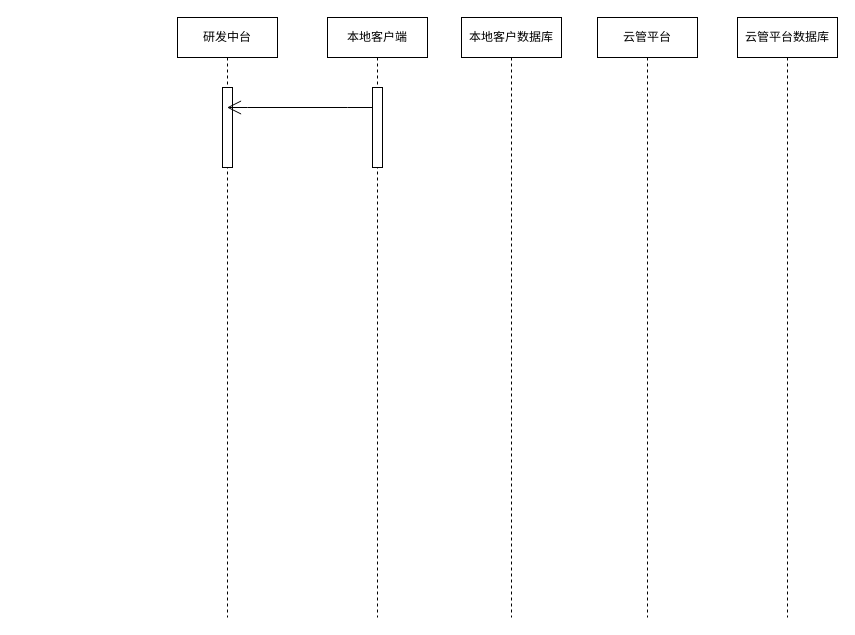
Before: Untitled Diagram.drawio in Snuger/draw, a draw.io diagram. Source tidied: cells renumbered, new cells numbered last; positions are measured from the earlier drawing's top-left corner, leaving out a move shared by most shapes. Both pictures are drawn from the tidied source at 100%, with x=0, y=0 at pixel (177, 17).
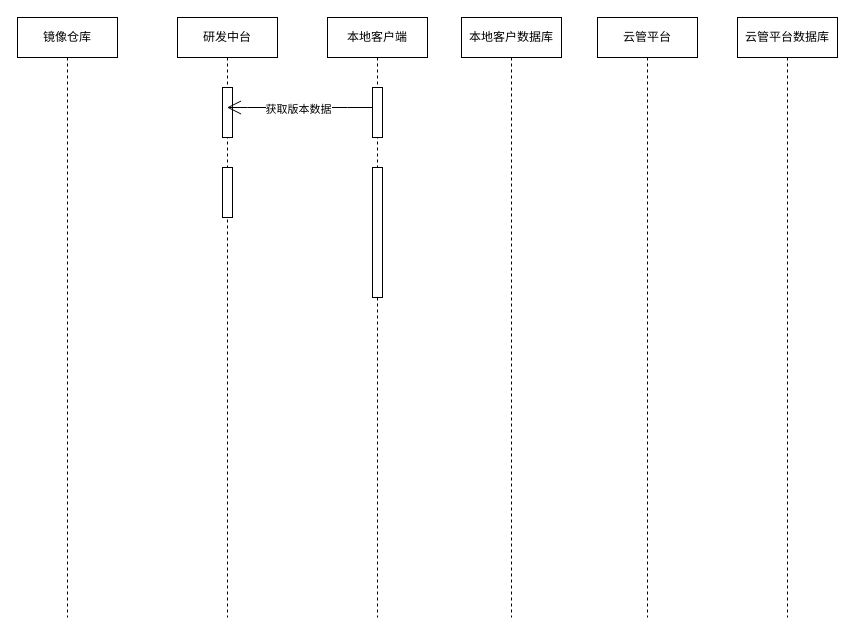
Above is the later version.

Diff of the diagram source:
```diff
@@
 <mxGraphModel>
   <root>
     <mxCell id="0" />
     <mxCell id="1" parent="0" />
     <mxCell id="2" value="研发中台" style="shape=umlLifeline;perimeter=lifelinePerimeter;whiteSpace=wrap;html=1;outlineConnect=0;" parent="1" vertex="1">
       <mxGeometry width="100" height="600" as="geometry" />
     </mxCell>
     <mxCell id="3" style="html=1;perimeter=orthogonalPerimeter;" parent="2" vertex="1">
-      <mxGeometry x="45" y="70" width="10" height="80" as="geometry" />
+      <mxGeometry x="45" y="70" width="10" height="50" as="geometry" />
     </mxCell>
+    <mxCell id="10" style="html=1;perimeter=orthogonalPerimeter;" parent="2" vertex="1">
+      <mxGeometry x="45" y="150" width="10" height="50" as="geometry" />
+    </mxCell>
     <mxCell id="4" value="本地客户端" style="shape=umlLifeline;perimeter=lifelinePerimeter;whiteSpace=wrap;html=1;" parent="1" vertex="1">
       <mxGeometry x="150" width="100" height="600" as="geometry" />
     </mxCell>
     <mxCell id="5" style="html=1;points=[];perimeter=orthogonalPerimeter;" parent="4" vertex="1">
-      <mxGeometry x="45" y="70" width="10" height="80" as="geometry" />
+      <mxGeometry x="45" y="70" width="10" height="50" as="geometry" />
     </mxCell>
+    <mxCell id="11" style="html=1;perimeter=orthogonalPerimeter;" parent="4" vertex="1">
+      <mxGeometry x="45" y="150" width="10" height="130" as="geometry" />
+    </mxCell>
     <mxCell id="6" value="本地客户数据库" style="shape=umlLifeline;perimeter=lifelinePerimeter;whiteSpace=wrap;html=1;" parent="1" vertex="1">
       <mxGeometry x="284" width="100" height="600" as="geometry" />
     </mxCell>
     <mxCell id="7" value="云管平台" style="shape=umlLifeline;perimeter=lifelinePerimeter;whiteSpace=wrap;html=1;" parent="1" vertex="1">
       <mxGeometry x="420" width="100" height="600" as="geometry" />
     </mxCell>
     <mxCell id="8" value="云管平台数据库" style="shape=umlLifeline;perimeter=lifelinePerimeter;whiteSpace=wrap;html=1;" parent="1" vertex="1">
       <mxGeometry x="560" width="100" height="600" as="geometry" />
     </mxCell>
     <mxCell id="9" style="endArrow=open;endFill=1;endSize=12;html=1;rounded=0;" parent="1" edge="1" source="5" target="2">
       <mxGeometry relative="1" as="geometry">
         <Array as="points">
           <mxPoint x="170" y="90" />
           <mxPoint x="70" y="90" />
         </Array>
       </mxGeometry>
     </mxCell>
+    <mxCell id="12" value="获取版本数据" style="edgeLabel;html=1;align=center;verticalAlign=middle;" parent="9" vertex="1">
+      <mxGeometry x="0.27" y="1" relative="1" as="geometry">
+        <mxPoint x="17" as="offset" />
+      </mxGeometry>
+    </mxCell>
+    <mxCell id="13" value="镜像仓库" style="shape=umlLifeline;perimeter=lifelinePerimeter;whiteSpace=wrap;html=1;" parent="1" vertex="1">
+      <mxGeometry x="-160" width="100" height="600" as="geometry" />
+    </mxCell>
   </root>
 </mxGraphModel>
```
